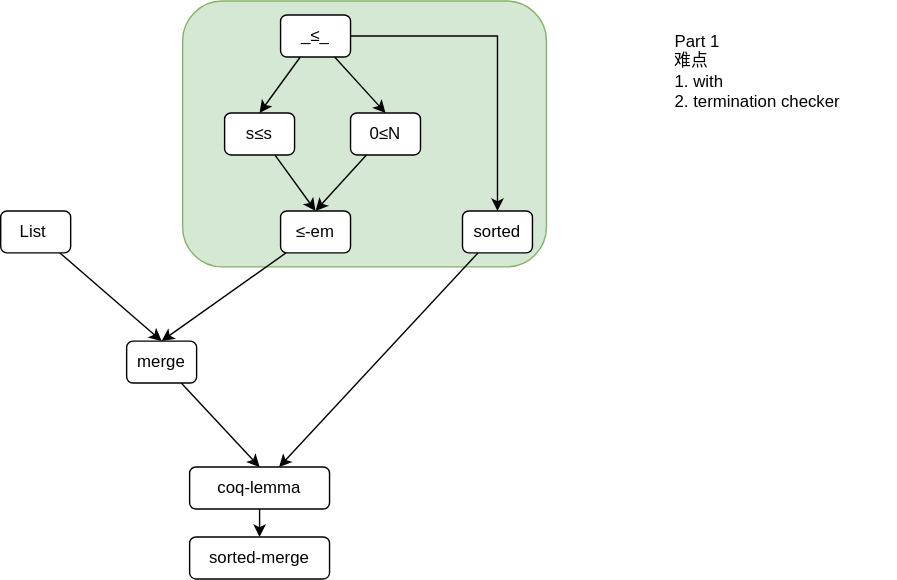
lengyijun/MergeSort keeps this draw.io diagram as slide/part1.drawio.svg. Above is the earlier version. Source tidied: cells renumbered, new cells last; positions are measured from the earlier drawing's top-left corner, leaving out a move shared by most shapes.
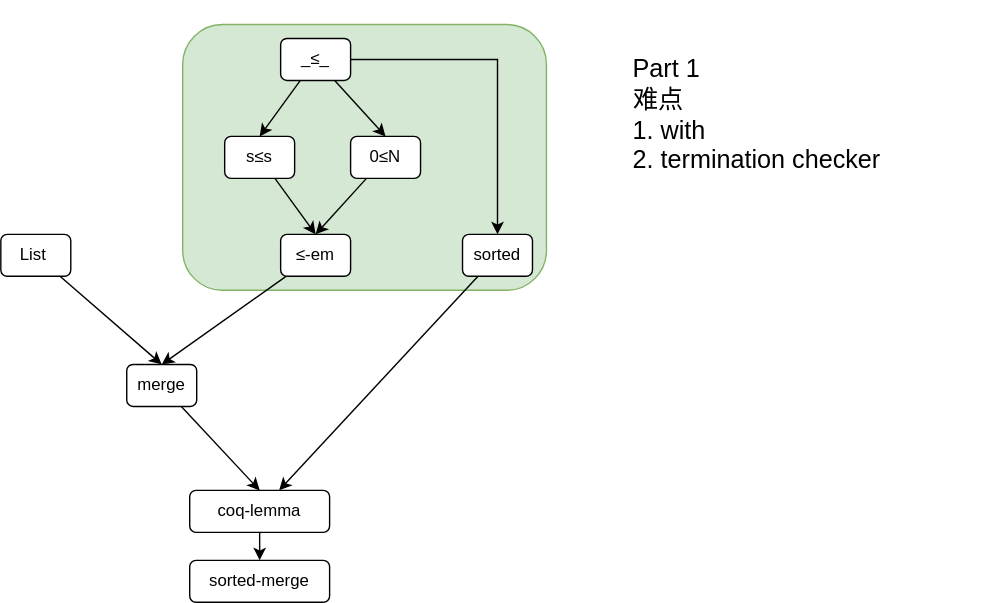
After the commit.

Diff of the diagram source:
```diff
@@ -59,8 +59,8 @@
     <mxCell id="20" value="coq-lemma" style="rounded=1;whiteSpace=wrap;html=1;" parent="1" vertex="1">
       <mxGeometry x="135" y="333" width="100" height="30" as="geometry" />
     </mxCell>
-    <mxCell id="21" value="Part 1&lt;br&gt;难点&lt;br&gt;1. with&lt;br&gt;2. termination checker" style="text;html=1;strokeColor=none;fillColor=none;align=left;verticalAlign=middle;whiteSpace=wrap;rounded=0;" parent="1" vertex="1">
-      <mxGeometry x="480" y="10" width="160" height="80" as="geometry" />
+    <mxCell id="21" value="Part 1&lt;br style=&quot;font-size: 18px;&quot;&gt;难点&lt;br style=&quot;font-size: 18px;&quot;&gt;1. with&lt;br style=&quot;font-size: 18px;&quot;&gt;2. termination checker" style="text;html=1;strokeColor=none;fillColor=none;align=left;verticalAlign=middle;whiteSpace=wrap;rounded=0;fontSize=18;" parent="1" vertex="1">
+      <mxGeometry x="450" y="-17" width="260" height="163" as="geometry" />
     </mxCell>
     <mxCell id="22" value="sorted-merge" style="rounded=1;whiteSpace=wrap;html=1;" parent="1" vertex="1">
       <mxGeometry x="135" y="383" width="100" height="30" as="geometry" />
```
